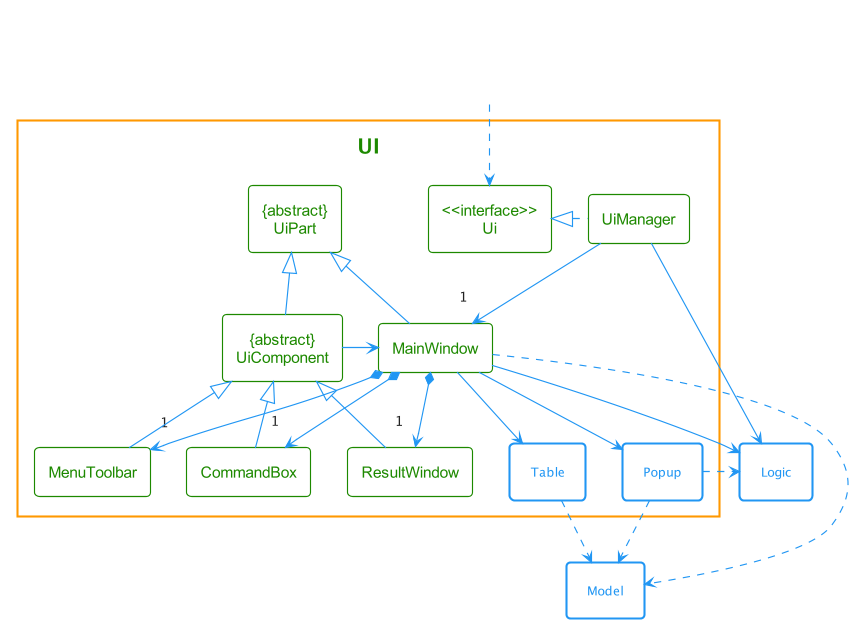
This is docs/images/UiClassDiagram.png from nus-cs2103-AY2122S2/tp, a PlantUML export, as it was before one commit.
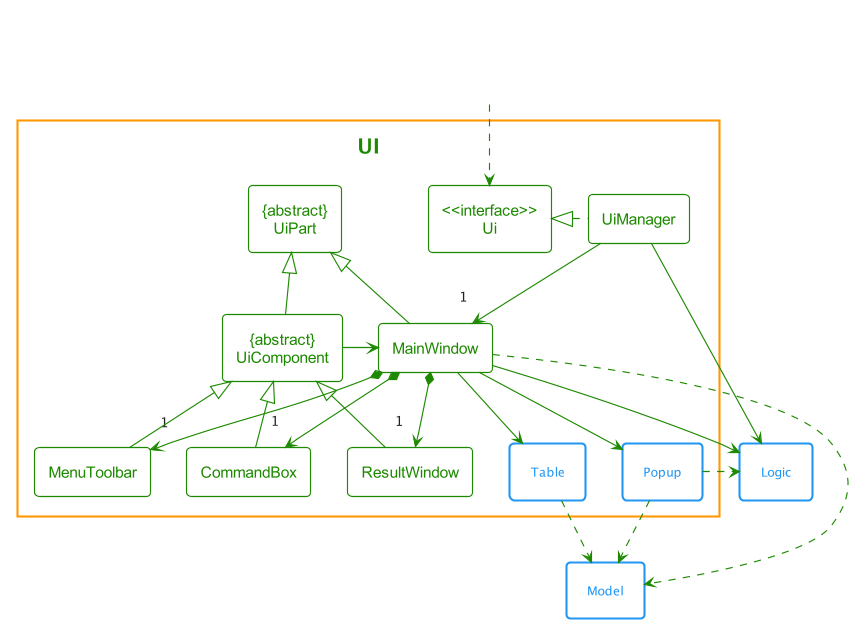
Above is the later version.

What changed in the source:
```diff
@@ -1,17 +1,7 @@
 @startuml
 !include style.puml
 
-!$theme_color = UI_COLOR
-
-skinparam TitleFontColor $theme_color
-skinparam Class {
-    FontColor $theme_color
-    StereotypeFontColor $theme_color
-    BorderColor $theme_color
-    FontColor<<Hidden>> #FFFFFF
-    StereotypeFontColor<<Hidden>> #FFFFFF
-    BorderColor<<Hidden>> #FFFFFF
-}
+$OverrideTheme(UI_COLOR)
 
 package UI {
    class "<<interface>>\nUi" as Ui
```
